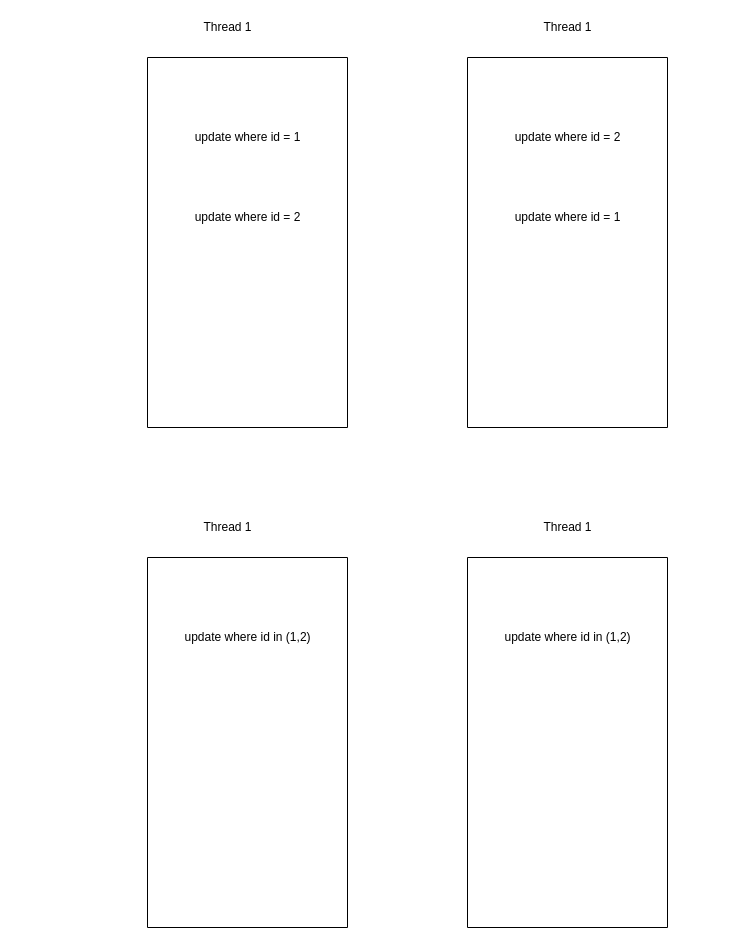
This is Untitled Diagram.drawio from lukelongcn/drawio, a draw.io file, before an edit. Source tidied: cells renumbered, new cells numbered last; positions are measured from the earlier drawing's top-left corner, leaving out a move shared by most shapes. Both pictures are drawn from the tidied source at 100%, with x=0, y=0 at pixel (147, 17).
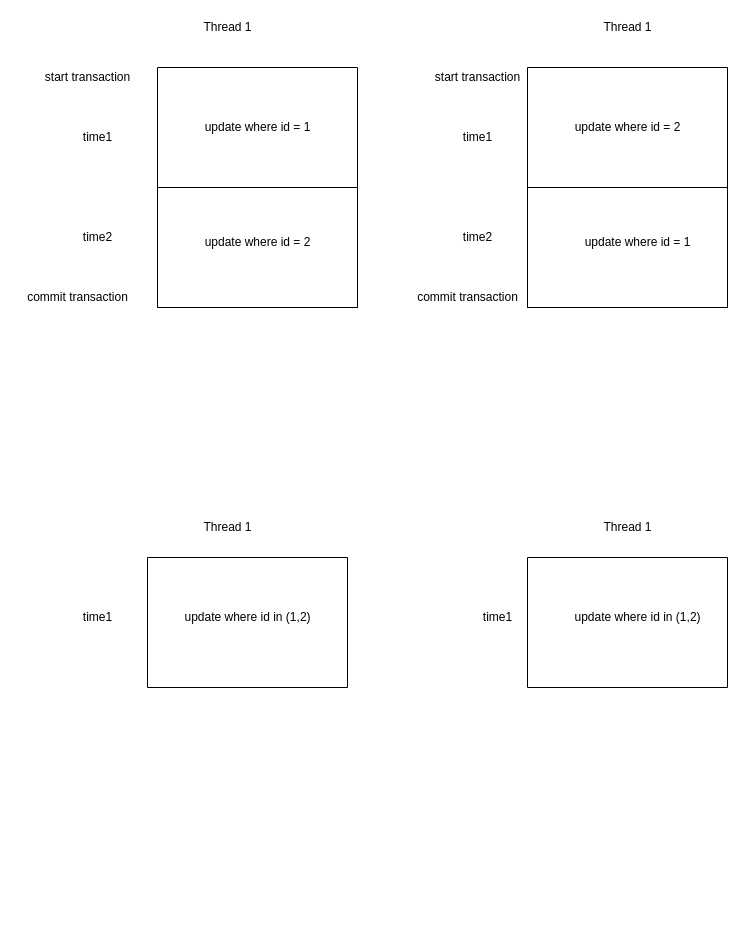
The same page after the edit.

What changed in the source:
```diff
@@
-    <mxCell id="2" style="swimlane;startSize=0;" parent="1" vertex="1">
-      <mxGeometry x="320" y="40" width="200" height="370" as="geometry" />
-    </mxCell>
-    <mxCell id="3" value="update where id = 2" style="text;html=1;align=center;verticalAlign=middle;strokeColor=none;fillColor=none;" parent="2" vertex="1">
-      <mxGeometry x="40" y="70" width="120" height="20" as="geometry" />
-    </mxCell>
-    <mxCell id="4" value="update where id = 1" style="text;html=1;align=center;verticalAlign=middle;strokeColor=none;fillColor=none;" parent="2" vertex="1">
-      <mxGeometry x="40" y="150" width="120" height="20" as="geometry" />
-    </mxCell>
@@
-    <mxCell id="6" style="swimlane;startSize=0;" parent="1" vertex="1">
-      <mxGeometry y="40" width="200" height="370" as="geometry" />
-    </mxCell>
-    <mxCell id="7" value="update where id = 1" style="text;html=1;align=center;verticalAlign=middle;strokeColor=none;fillColor=none;" parent="6" vertex="1">
-      <mxGeometry x="40" y="70" width="120" height="20" as="geometry" />
-    </mxCell>
-    <mxCell id="8" value="update where id = 2" style="text;html=1;align=center;verticalAlign=middle;strokeColor=none;fillColor=none;" parent="6" vertex="1">
-      <mxGeometry x="40" y="150" width="120" height="20" as="geometry" />
-    </mxCell>
     <mxCell id="9" value="Thread 1" style="text;html=1;align=center;verticalAlign=middle;strokeColor=none;fillColor=none;" parent="1" vertex="1">
-      <mxGeometry x="390" width="60" height="20" as="geometry" />
+      <mxGeometry x="450" width="60" height="20" as="geometry" />
     </mxCell>
     <mxCell id="10" style="swimlane;startSize=0;" parent="1" vertex="1">
-      <mxGeometry x="320" y="540" width="200" height="370" as="geometry" />
+      <mxGeometry x="380" y="540" width="200" height="130" as="geometry" />
     </mxCell>
     <mxCell id="11" value="update where id in (1,2)" style="text;html=1;align=center;verticalAlign=middle;strokeColor=none;fillColor=none;" parent="10" vertex="1">
-      <mxGeometry x="30" y="70" width="140" height="20" as="geometry" />
+      <mxGeometry x="40" y="50" width="140" height="20" as="geometry" />
     </mxCell>
@@
     <mxCell id="13" style="swimlane;startSize=0;" parent="1" vertex="1">
-      <mxGeometry y="540" width="200" height="370" as="geometry" />
+      <mxGeometry y="540" width="200" height="130" as="geometry" />
     </mxCell>
     <mxCell id="14" value="update where id in (1,2)" style="text;html=1;align=center;verticalAlign=middle;strokeColor=none;fillColor=none;" parent="13" vertex="1">
-      <mxGeometry x="30" y="70" width="140" height="20" as="geometry" />
+      <mxGeometry x="30" y="50" width="140" height="20" as="geometry" />
     </mxCell>
     <mxCell id="15" value="Thread 1" style="text;html=1;align=center;verticalAlign=middle;strokeColor=none;fillColor=none;" parent="1" vertex="1">
-      <mxGeometry x="390" y="500" width="60" height="20" as="geometry" />
+      <mxGeometry x="450" y="500" width="60" height="20" as="geometry" />
     </mxCell>
+    <mxCell id="16" style="swimlane;startSize=0;" parent="1" vertex="1">
+      <mxGeometry x="10" y="50" width="200" height="240" as="geometry" />
+    </mxCell>
+    <mxCell id="17" value="update where id = 1" style="text;html=1;align=center;verticalAlign=middle;strokeColor=none;fillColor=none;" parent="16" vertex="1">
+      <mxGeometry x="40" y="50" width="120" height="20" as="geometry" />
+    </mxCell>
+    <mxCell id="6" style="swimlane;startSize=0;" parent="16" vertex="1">
+      <mxGeometry y="120" width="200" height="120" as="geometry" />
+    </mxCell>
+    <mxCell id="18" value="update where id = 2" style="text;html=1;align=center;verticalAlign=middle;strokeColor=none;fillColor=none;" parent="6" vertex="1">
+      <mxGeometry x="40" y="45" width="120" height="20" as="geometry" />
+    </mxCell>
+    <mxCell id="19" style="swimlane;startSize=0;" parent="1" vertex="1">
+      <mxGeometry x="380" y="50" width="200" height="240" as="geometry" />
+    </mxCell>
+    <mxCell id="20" style="swimlane;startSize=0;" parent="19" vertex="1">
+      <mxGeometry y="120" width="200" height="120" as="geometry" />
+    </mxCell>
+    <mxCell id="21" value="update where id = 1" style="text;html=1;align=center;verticalAlign=middle;strokeColor=none;fillColor=none;" parent="20" vertex="1">
+      <mxGeometry x="50" y="45" width="120" height="20" as="geometry" />
+    </mxCell>
+    <mxCell id="22" value="update where id = 2" style="text;html=1;align=center;verticalAlign=middle;strokeColor=none;fillColor=none;" parent="19" vertex="1">
+      <mxGeometry x="40" y="50" width="120" height="20" as="geometry" />
+    </mxCell>
+    <mxCell id="23" value="time1" style="text;html=1;align=center;verticalAlign=middle;strokeColor=none;fillColor=none;" parent="1" vertex="1">
+      <mxGeometry x="-70" y="110" width="40" height="20" as="geometry" />
+    </mxCell>
+    <mxCell id="24" value="time2" style="text;html=1;align=center;verticalAlign=middle;strokeColor=none;fillColor=none;" parent="1" vertex="1">
+      <mxGeometry x="-70" y="210" width="40" height="20" as="geometry" />
+    </mxCell>
+    <mxCell id="25" value="time1" style="text;html=1;align=center;verticalAlign=middle;strokeColor=none;fillColor=none;" parent="1" vertex="1">
+      <mxGeometry x="310" y="110" width="40" height="20" as="geometry" />
+    </mxCell>
+    <mxCell id="26" value="time2" style="text;html=1;align=center;verticalAlign=middle;strokeColor=none;fillColor=none;" parent="1" vertex="1">
+      <mxGeometry x="310" y="210" width="40" height="20" as="geometry" />
+    </mxCell>
+    <mxCell id="27" value="time1" style="text;html=1;align=center;verticalAlign=middle;strokeColor=none;fillColor=none;" parent="1" vertex="1">
+      <mxGeometry x="-70" y="590" width="40" height="20" as="geometry" />
+    </mxCell>
+    <mxCell id="28" value="time1" style="text;html=1;align=center;verticalAlign=middle;strokeColor=none;fillColor=none;" parent="1" vertex="1">
+      <mxGeometry x="330" y="590" width="40" height="20" as="geometry" />
+    </mxCell>
+    <mxCell id="29" value="start transaction" style="text;html=1;align=center;verticalAlign=middle;strokeColor=none;fillColor=none;" parent="1" vertex="1">
+      <mxGeometry x="-110" y="50" width="100" height="20" as="geometry" />
+    </mxCell>
+    <mxCell id="30" value="commit transaction" style="text;html=1;align=center;verticalAlign=middle;strokeColor=none;fillColor=none;" parent="1" vertex="1">
+      <mxGeometry x="-130" y="270" width="120" height="20" as="geometry" />
+    </mxCell>
+    <mxCell id="31" value="start transaction" style="text;html=1;align=center;verticalAlign=middle;strokeColor=none;fillColor=none;" parent="1" vertex="1">
+      <mxGeometry x="280" y="50" width="100" height="20" as="geometry" />
+    </mxCell>
+    <mxCell id="32" value="commit transaction" style="text;html=1;align=center;verticalAlign=middle;strokeColor=none;fillColor=none;" parent="1" vertex="1">
+      <mxGeometry x="260" y="270" width="120" height="20" as="geometry" />
+    </mxCell>
```
